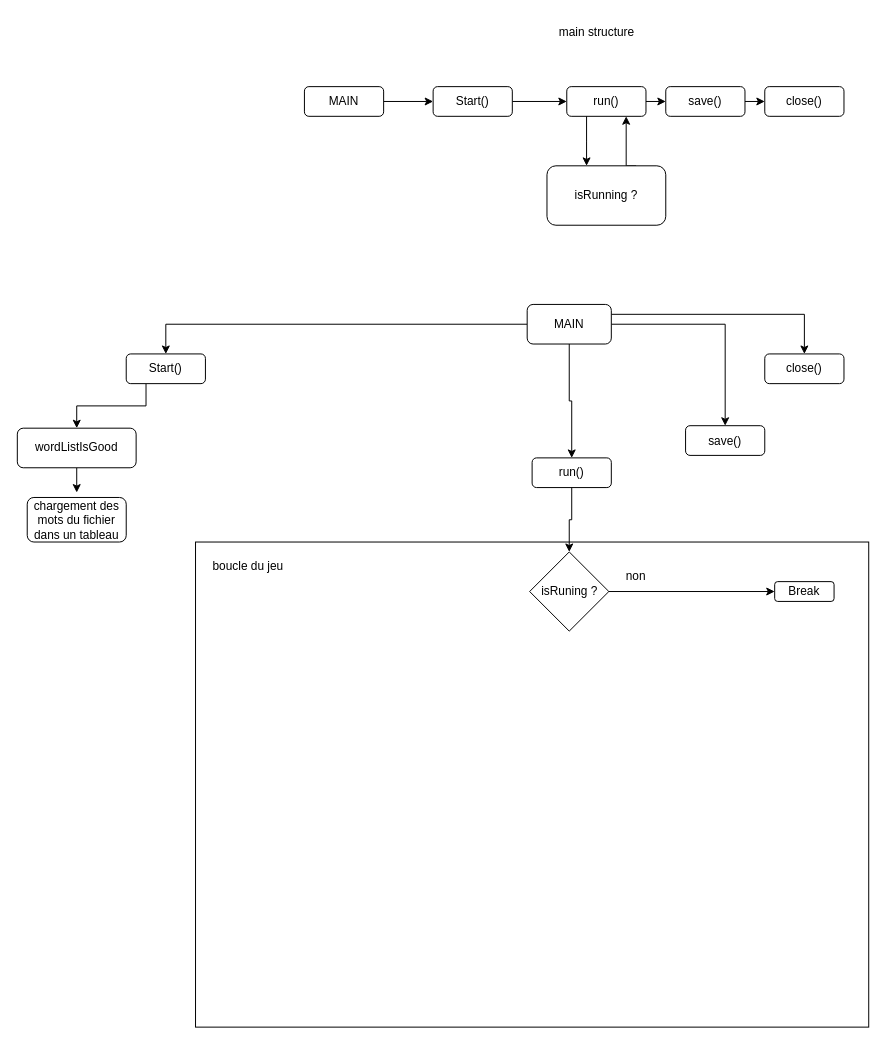
jolanallen/hangman-classic keeps this draw.io diagram as ressources/struct.drawio. Above is the earlier version. Source tidied: cells renumbered, new cells numbered last; positions are measured from the earlier drawing's top-left corner, leaving out a move shared by most shapes. Both pictures are drawn from the tidied source at 99%, with x=0, y=0 at pixel (17, 17).
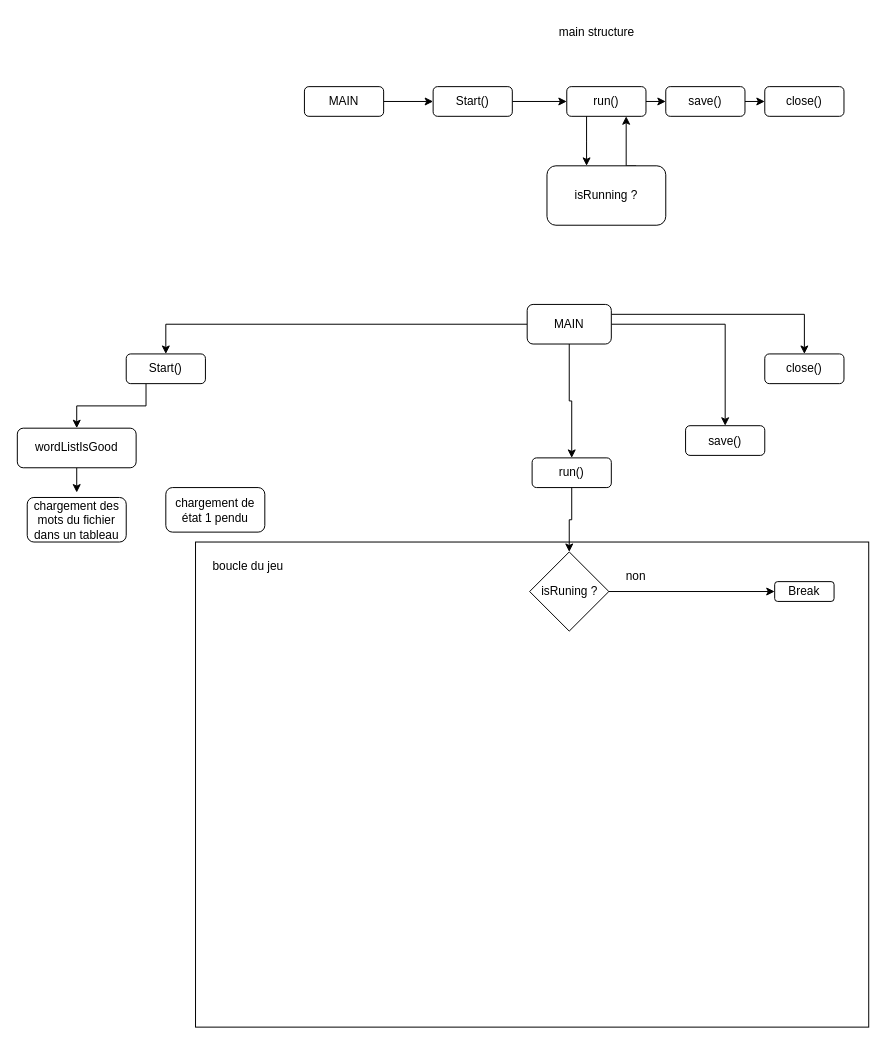
The same page after the edit.

The edit, as a diff of the source:
```diff
@@
+    <mxCell id="36" value="chargement de état 1 pendu" style="rounded=1;whiteSpace=wrap;html=1;" parent="1" vertex="1">
+      <mxGeometry x="150" y="475" width="100" height="45" as="geometry" />
+    </mxCell>
```
